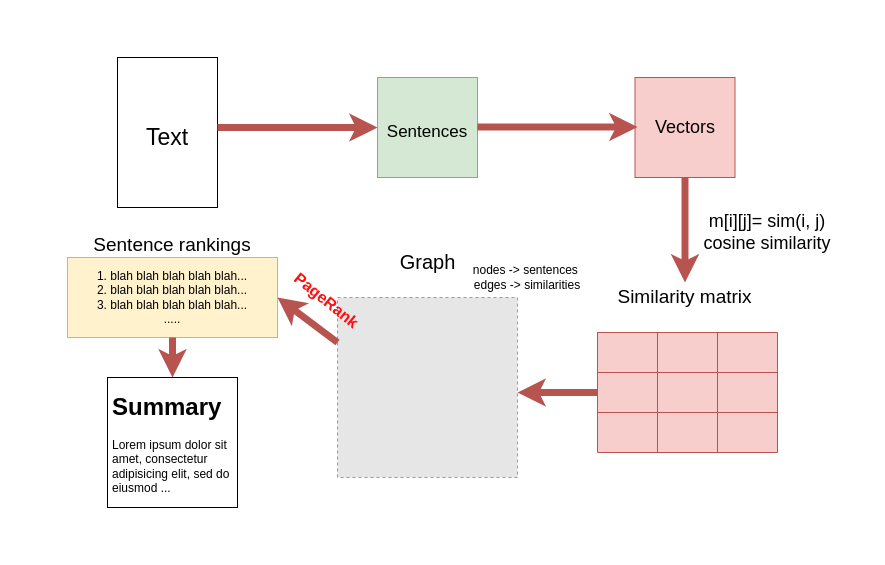
Before: Images/extractivesummarization.drawio in EndlessRecurrence/RoSumEx, a draw.io diagram. Source tidied: cells renumbered, new cells numbered last; positions are measured from the earlier drawing's top-left corner, leaving out a move shared by most shapes. Both pictures are drawn from the tidied source at 100%, with x=0, y=0 at pixel (67, 57). Pictures stored in the file or linked from it are replaced by grey dashed boxes.
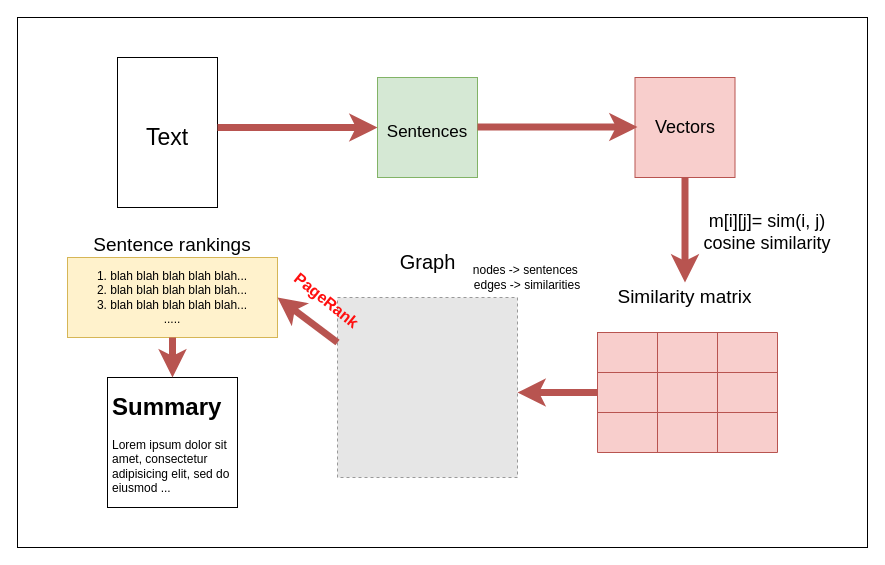
After the change.

Diff of the diagram source:
```diff
@@
+    <mxCell id="37" style="rounded=0;whiteSpace=wrap;html=1;" parent="1" vertex="1">
+      <mxGeometry x="-50" y="-40" width="850" height="530" as="geometry" />
+    </mxCell>
```
